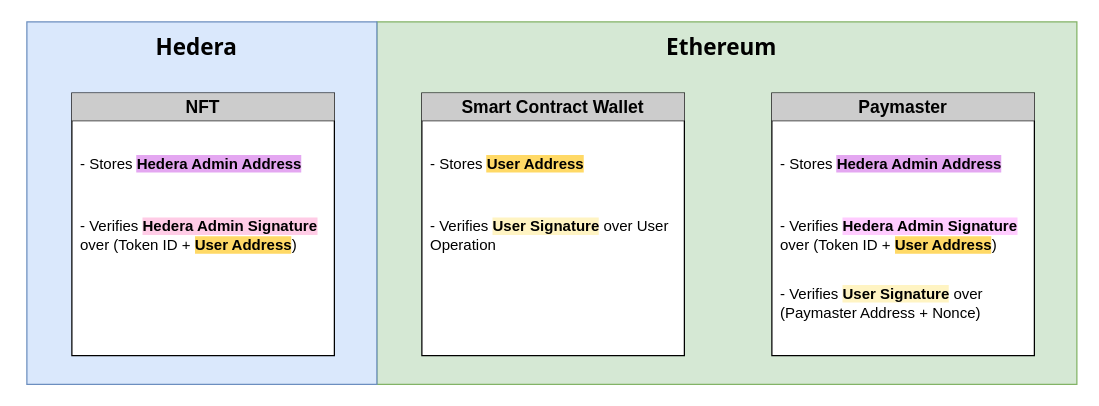
FlyGuy352/CrossChainNFTPaymaster keeps this draw.io diagram as assets/Interoperability Diagram.drawio. Above is the earlier version. Source tidied: cells renumbered, new cells numbered last; positions are measured from the earlier drawing's top-left corner, leaving out a move shared by most shapes. Both pictures are drawn from the tidied source at 125%, with x=0, y=0 at pixel (21, 21).
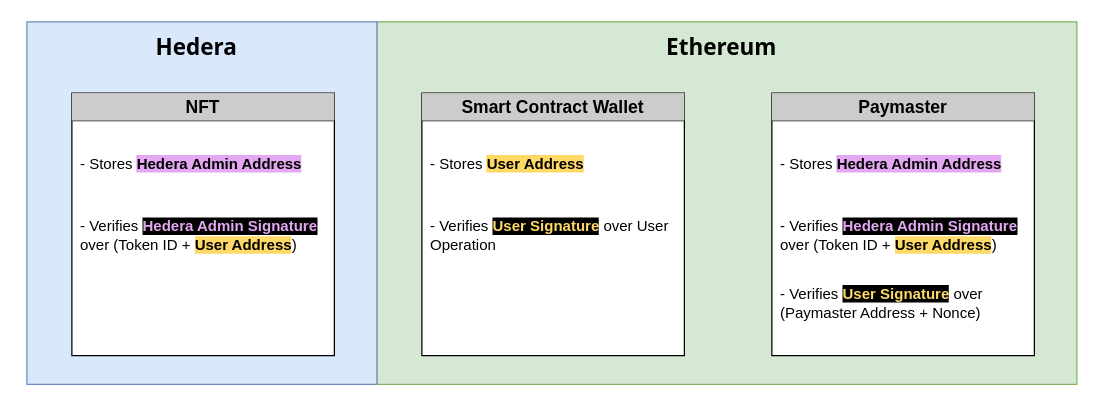
Above is the later version.

The change refers to these unchanged cells:
```xml
<mxCell id="6" style="group;" parent="1" vertex="1">
  <mxGeometry x="600" y="57" width="240" height="233" as="geometry" />
</mxCell>
<mxCell id="13" style="group;" parent="1" vertex="1">
  <mxGeometry x="320" y="57" width="220" height="210" as="geometry" />
</mxCell>
<mxCell id="19" style="group;" parent="1" vertex="1">
  <mxGeometry x="40" y="57" width="220" height="210" as="geometry" />
</mxCell>
```

Change to the diagram source:
```diff
@@
-    <mxCell id="10" value="- Verifies&amp;nbsp;&lt;span style=&quot;background-color: rgb(255, 204, 255);&quot;&gt;&lt;b&gt;Hedera Admin Signa&lt;/b&gt;&lt;b&gt;tur&lt;/b&gt;&lt;b&gt;e&lt;/b&gt;&lt;/span&gt;&amp;nbsp;&lt;div&gt;over (Token ID +&amp;nbsp;&lt;b style=&quot;background-color: rgb(255, 217, 102);&quot;&gt;User Address&lt;/b&gt;)&lt;/div&gt;" style="text;html=1;whiteSpace=wrap;strokeColor=none;fillColor=none;align=left;verticalAlign=middle;rounded=0;" parent="6" vertex="1">
+    <mxCell id="10" value="- Verifies&amp;nbsp;&lt;span style=&quot;background-color: rgb(0, 0, 0);&quot;&gt;&lt;font style=&quot;color: rgb(228, 167, 241);&quot;&gt;&lt;b style=&quot;&quot;&gt;Hedera Admin Signa&lt;/b&gt;&lt;b style=&quot;&quot;&gt;tur&lt;/b&gt;&lt;b style=&quot;&quot;&gt;e&lt;/b&gt;&lt;/font&gt;&lt;/span&gt;&amp;nbsp;&lt;div&gt;over (Token ID +&amp;nbsp;&lt;b style=&quot;background-color: rgb(255, 217, 102);&quot;&gt;User Address&lt;/b&gt;)&lt;/div&gt;" style="text;html=1;whiteSpace=wrap;strokeColor=none;fillColor=none;align=left;verticalAlign=middle;rounded=0;" parent="6" vertex="1">
       <mxGeometry x="5" y="99" width="210" height="30" as="geometry" />
     </mxCell>
-    <mxCell id="11" value="- Verifies&amp;nbsp;&lt;b style=&quot;background-color: rgb(255, 244, 195);&quot;&gt;User Signature&lt;/b&gt;&amp;nbsp;over (Paymaster Address + Nonce)" style="text;html=1;whiteSpace=wrap;strokeColor=none;fillColor=none;align=left;verticalAlign=middle;rounded=0;" parent="6" vertex="1">
+    <mxCell id="11" value="- Verifies&amp;nbsp;&lt;b&gt;&lt;font style=&quot;color: rgb(255, 217, 102); background-color: rgb(0, 0, 0);&quot;&gt;User Signature&lt;/font&gt;&lt;/b&gt;&amp;nbsp;over (Paymaster Address + Nonce)" style="text;html=1;whiteSpace=wrap;strokeColor=none;fillColor=none;align=left;verticalAlign=middle;rounded=0;" parent="6" vertex="1">
       <mxGeometry x="5" y="153" width="210" height="30" as="geometry" />
     </mxCell>
@@
-    <mxCell id="17" value="- Verifies&amp;nbsp;&lt;b style=&quot;background-color: rgb(255, 244, 195);&quot;&gt;User Signature&lt;/b&gt;&amp;nbsp;over User Operation" style="text;html=1;whiteSpace=wrap;strokeColor=none;fillColor=none;align=left;verticalAlign=middle;rounded=0;" parent="13" vertex="1">
+    <mxCell id="17" value="- Verifies&amp;nbsp;&lt;b style=&quot;background-color: rgb(0, 0, 0);&quot;&gt;&lt;font style=&quot;color: rgb(255, 217, 102);&quot;&gt;User Signature&lt;/font&gt;&lt;/b&gt;&amp;nbsp;over User Operation" style="text;html=1;whiteSpace=wrap;strokeColor=none;fillColor=none;align=left;verticalAlign=middle;rounded=0;" parent="13" vertex="1">
       <mxGeometry x="5" y="99" width="210" height="30" as="geometry" />
     </mxCell>
@@
-    <mxCell id="23" value="- Verifies&amp;nbsp;&lt;b style=&quot;background-color: rgb(255, 204, 230);&quot;&gt;Hedera Admin Signature&lt;/b&gt;&amp;nbsp;&lt;div&gt;over (Token ID +&amp;nbsp;&lt;b style=&quot;background-color: rgb(255, 217, 102);&quot;&gt;User Address&lt;/b&gt;)&lt;/div&gt;" style="text;html=1;whiteSpace=wrap;strokeColor=none;fillColor=none;align=left;verticalAlign=middle;rounded=0;" parent="19" vertex="1">
+    <mxCell id="23" value="- Verifies&amp;nbsp;&lt;b style=&quot;background-color: rgb(0, 0, 0);&quot;&gt;&lt;font style=&quot;color: rgb(228, 167, 241);&quot;&gt;Hedera Admin Signature&lt;/font&gt;&lt;/b&gt;&amp;nbsp;&lt;div&gt;over (Token ID +&amp;nbsp;&lt;b style=&quot;background-color: rgb(255, 217, 102);&quot;&gt;User Address&lt;/b&gt;)&lt;/div&gt;" style="text;html=1;whiteSpace=wrap;strokeColor=none;fillColor=none;align=left;verticalAlign=middle;rounded=0;" parent="19" vertex="1">
       <mxGeometry x="5" y="99" width="210" height="30" as="geometry" />
     </mxCell>
```
